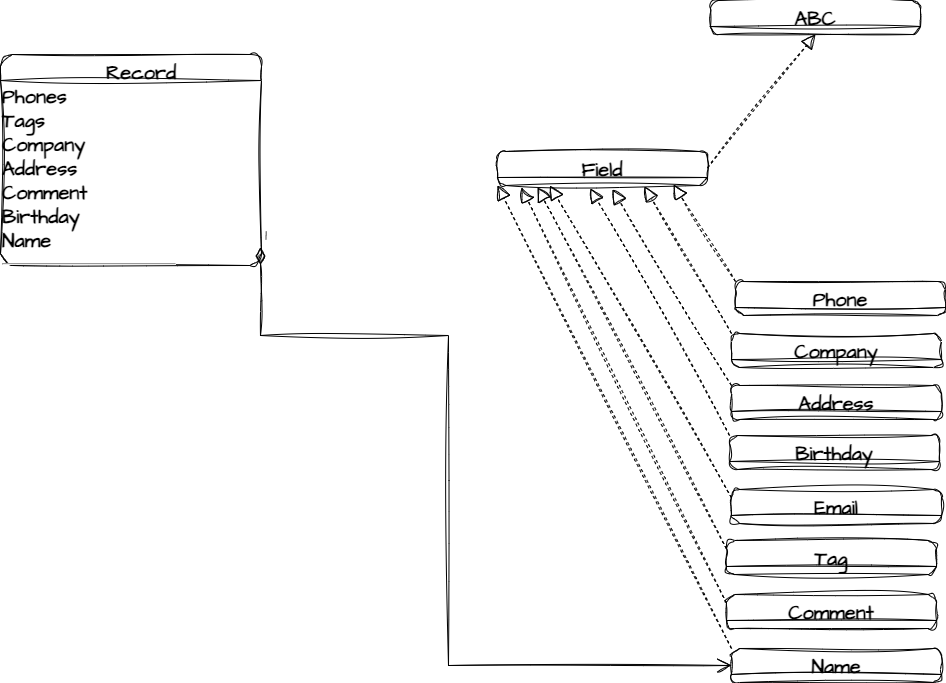
VladSkopenko/drujba-bot keeps this draw.io diagram as for_bot_drujba.drawio.png. Above is the earlier version. Source tidied: cells renumbered, new cells last; positions are measured from the earlier drawing's top-left corner, leaving out a move shared by most shapes. The source it was exported from:
```xml
<mxGraphModel>
  <root>
    <mxCell id="0" />
    <mxCell id="1" parent="0" />
    <mxCell id="2" value="Field" style="swimlane;fontStyle=1;align=center;verticalAlign=top;horizontal=1;startSize=26;whiteSpace=wrap;html=1;sketch=1;hachureGap=4;jiggle=2;curveFitting=1;fontFamily=Architects Daughter;fontSource=https%3A%2F%2Ffonts.googleapis.com%2Fcss%3Ffamily%3DArchitects%2BDaughter;fontSize=20;swimlaneFillColor=none;labelBackgroundColor=none;rounded=1;" parent="1" vertex="1">
      <mxGeometry x="497" y="151" width="210" height="34" as="geometry" />
    </mxCell>
    <mxCell id="3" value="ABC" style="swimlane;fontStyle=1;align=center;verticalAlign=top;horizontal=1;startSize=26;whiteSpace=wrap;html=1;sketch=1;hachureGap=4;jiggle=2;curveFitting=1;fontFamily=Architects Daughter;fontSource=https%3A%2F%2Ffonts.googleapis.com%2Fcss%3Ffamily%3DArchitects%2BDaughter;fontSize=20;swimlaneFillColor=none;labelBackgroundColor=none;rounded=1;" parent="1" vertex="1">
      <mxGeometry x="710" width="210" height="34" as="geometry" />
    </mxCell>
    <mxCell id="4" style="endArrow=block;dashed=1;endFill=0;endSize=12;html=1;rounded=0;sketch=1;hachureGap=4;jiggle=2;curveFitting=1;fontFamily=Architects Daughter;fontSource=https%3A%2F%2Ffonts.googleapis.com%2Fcss%3Ffamily%3DArchitects%2BDaughter;fontSize=16;entryX=0.5;entryY=1;entryDx=0;entryDy=0;" parent="1" edge="1" target="3">
      <mxGeometry relative="1" as="geometry">
        <mxPoint x="707" y="167.5" as="sourcePoint" />
      </mxGeometry>
    </mxCell>
    <mxCell id="5" value="Tag" style="swimlane;fontStyle=1;align=center;verticalAlign=top;horizontal=1;startSize=26;whiteSpace=wrap;html=1;sketch=1;hachureGap=4;jiggle=2;curveFitting=1;fontFamily=Architects Daughter;fontSource=https%3A%2F%2Ffonts.googleapis.com%2Fcss%3Ffamily%3DArchitects%2BDaughter;fontSize=20;swimlaneFillColor=none;labelBackgroundColor=none;rounded=1;" parent="1" vertex="1">
      <mxGeometry x="726" y="540" width="210" height="34" as="geometry" />
    </mxCell>
    <mxCell id="6" value="Company" style="swimlane;fontStyle=1;align=center;verticalAlign=top;horizontal=1;startSize=26;whiteSpace=wrap;html=1;sketch=1;hachureGap=4;jiggle=2;curveFitting=1;fontFamily=Architects Daughter;fontSource=https%3A%2F%2Ffonts.googleapis.com%2Fcss%3Ffamily%3DArchitects%2BDaughter;fontSize=20;swimlaneFillColor=none;labelBackgroundColor=none;rounded=1;" parent="1" vertex="1">
      <mxGeometry x="731" y="333" width="210" height="34" as="geometry" />
    </mxCell>
    <mxCell id="7" value="Phone" style="swimlane;fontStyle=1;align=center;verticalAlign=top;horizontal=1;startSize=26;whiteSpace=wrap;html=1;sketch=1;hachureGap=4;jiggle=2;curveFitting=1;fontFamily=Architects Daughter;fontSource=https%3A%2F%2Ffonts.googleapis.com%2Fcss%3Ffamily%3DArchitects%2BDaughter;fontSize=20;swimlaneFillColor=none;labelBackgroundColor=none;rounded=1;" parent="1" vertex="1">
      <mxGeometry x="735" y="281" width="210" height="34" as="geometry" />
    </mxCell>
    <mxCell id="8" value="Name" style="swimlane;fontStyle=1;align=center;verticalAlign=top;horizontal=1;startSize=26;whiteSpace=wrap;html=1;sketch=1;hachureGap=4;jiggle=2;curveFitting=1;fontFamily=Architects Daughter;fontSource=https%3A%2F%2Ffonts.googleapis.com%2Fcss%3Ffamily%3DArchitects%2BDaughter;fontSize=20;swimlaneFillColor=none;labelBackgroundColor=none;rounded=1;" parent="1" vertex="1">
      <mxGeometry x="731" y="648" width="210" height="34" as="geometry" />
    </mxCell>
    <mxCell id="9" value="Email" style="swimlane;fontStyle=1;align=center;verticalAlign=top;horizontal=1;startSize=26;whiteSpace=wrap;html=1;sketch=1;hachureGap=4;jiggle=2;curveFitting=1;fontFamily=Architects Daughter;fontSource=https%3A%2F%2Ffonts.googleapis.com%2Fcss%3Ffamily%3DArchitects%2BDaughter;fontSize=20;swimlaneFillColor=none;labelBackgroundColor=none;rounded=1;" parent="1" vertex="1">
      <mxGeometry x="731" y="489" width="210" height="34" as="geometry" />
    </mxCell>
    <mxCell id="10" value="Address" style="swimlane;fontStyle=1;align=center;verticalAlign=top;horizontal=1;startSize=26;whiteSpace=wrap;html=1;sketch=1;hachureGap=4;jiggle=2;curveFitting=1;fontFamily=Architects Daughter;fontSource=https%3A%2F%2Ffonts.googleapis.com%2Fcss%3Ffamily%3DArchitects%2BDaughter;fontSize=20;swimlaneFillColor=none;labelBackgroundColor=none;rounded=1;" parent="1" vertex="1">
      <mxGeometry x="731" y="385" width="210" height="34" as="geometry" />
    </mxCell>
    <mxCell id="11" value="Comment" style="swimlane;fontStyle=1;align=center;verticalAlign=top;horizontal=1;startSize=26;whiteSpace=wrap;html=1;sketch=1;hachureGap=4;jiggle=2;curveFitting=1;fontFamily=Architects Daughter;fontSource=https%3A%2F%2Ffonts.googleapis.com%2Fcss%3Ffamily%3DArchitects%2BDaughter;fontSize=20;swimlaneFillColor=none;labelBackgroundColor=none;rounded=1;" parent="1" vertex="1">
      <mxGeometry x="726" y="594" width="210" height="34" as="geometry" />
    </mxCell>
    <mxCell id="12" value="Birthday" style="swimlane;fontStyle=1;align=center;verticalAlign=top;horizontal=1;startSize=26;whiteSpace=wrap;html=1;sketch=1;hachureGap=4;jiggle=2;curveFitting=1;fontFamily=Architects Daughter;fontSource=https%3A%2F%2Ffonts.googleapis.com%2Fcss%3Ffamily%3DArchitects%2BDaughter;fontSize=20;swimlaneFillColor=none;labelBackgroundColor=none;rounded=1;" parent="1" vertex="1">
      <mxGeometry x="729" y="435" width="210" height="34" as="geometry" />
    </mxCell>
    <mxCell id="13" value="&amp;nbsp; &amp;nbsp; &amp;nbsp; &amp;nbsp; &amp;nbsp; &amp;nbsp; &amp;nbsp;Record&lt;br&gt;Phones&lt;br&gt;Tags&lt;br&gt;Company&lt;br&gt;Address&lt;br&gt;Comment&lt;br&gt;Birthday&lt;br&gt;Name&lt;br&gt;&lt;hr&gt;" style="swimlane;fontStyle=1;align=left;verticalAlign=top;horizontal=1;startSize=26;whiteSpace=wrap;html=1;sketch=1;hachureGap=4;jiggle=2;curveFitting=1;fontFamily=Architects Daughter;fontSource=https%3A%2F%2Ffonts.googleapis.com%2Fcss%3Ffamily%3DArchitects%2BDaughter;fontSize=20;swimlaneFillColor=none;labelBackgroundColor=none;rounded=1;" parent="1" vertex="1">
      <mxGeometry y="54" width="261" height="211" as="geometry" />
    </mxCell>
    <mxCell id="14" style="endArrow=block;dashed=1;endFill=0;endSize=12;html=1;rounded=0;sketch=1;hachureGap=4;jiggle=2;curveFitting=1;fontFamily=Architects Daughter;fontSource=https%3A%2F%2Ffonts.googleapis.com%2Fcss%3Ffamily%3DArchitects%2BDaughter;fontSize=16;exitX=0;exitY=0;exitDx=0;exitDy=0;" parent="1" edge="1" source="7">
      <mxGeometry relative="1" as="geometry">
        <mxPoint x="673" y="184" as="targetPoint" />
      </mxGeometry>
    </mxCell>
    <mxCell id="15" style="endArrow=block;dashed=1;endFill=0;endSize=12;html=1;rounded=0;sketch=1;hachureGap=4;jiggle=2;curveFitting=1;fontFamily=Architects Daughter;fontSource=https%3A%2F%2Ffonts.googleapis.com%2Fcss%3Ffamily%3DArchitects%2BDaughter;fontSize=16;exitX=0;exitY=0;exitDx=0;exitDy=0;" parent="1" edge="1" source="6">
      <mxGeometry relative="1" as="geometry">
        <mxPoint x="644" y="186" as="targetPoint" />
      </mxGeometry>
    </mxCell>
    <mxCell id="16" style="endArrow=block;dashed=1;endFill=0;endSize=12;html=1;rounded=0;sketch=1;hachureGap=4;jiggle=2;curveFitting=1;fontFamily=Architects Daughter;fontSource=https%3A%2F%2Ffonts.googleapis.com%2Fcss%3Ffamily%3DArchitects%2BDaughter;fontSize=16;exitX=0;exitY=0;exitDx=0;exitDy=0;" parent="1" edge="1" source="10">
      <mxGeometry relative="1" as="geometry">
        <mxPoint x="612" y="189" as="targetPoint" />
      </mxGeometry>
    </mxCell>
    <mxCell id="17" style="endArrow=block;dashed=1;endFill=0;endSize=12;html=1;rounded=0;sketch=1;hachureGap=4;jiggle=2;curveFitting=1;fontFamily=Architects Daughter;fontSource=https%3A%2F%2Ffonts.googleapis.com%2Fcss%3Ffamily%3DArchitects%2BDaughter;fontSize=16;exitX=0;exitY=0;exitDx=0;exitDy=0;" parent="1" edge="1" source="12">
      <mxGeometry relative="1" as="geometry">
        <mxPoint x="590" y="188" as="targetPoint" />
      </mxGeometry>
    </mxCell>
    <mxCell id="18" style="endArrow=block;dashed=1;endFill=0;endSize=12;html=1;rounded=0;sketch=1;hachureGap=4;jiggle=2;curveFitting=1;fontFamily=Architects Daughter;fontSource=https%3A%2F%2Ffonts.googleapis.com%2Fcss%3Ffamily%3DArchitects%2BDaughter;fontSize=16;exitX=0;exitY=0.25;exitDx=0;exitDy=0;entryX=0.25;entryY=1;entryDx=0;entryDy=0;" parent="1" edge="1" source="9" target="2">
      <mxGeometry relative="1" as="geometry" />
    </mxCell>
    <mxCell id="19" style="endArrow=block;dashed=1;endFill=0;endSize=12;html=1;rounded=0;sketch=1;hachureGap=4;jiggle=2;curveFitting=1;fontFamily=Architects Daughter;fontSource=https%3A%2F%2Ffonts.googleapis.com%2Fcss%3Ffamily%3DArchitects%2BDaughter;fontSize=16;exitX=0;exitY=0.25;exitDx=0;exitDy=0;" parent="1" edge="1" source="5">
      <mxGeometry relative="1" as="geometry">
        <mxPoint x="537" y="187" as="targetPoint" />
      </mxGeometry>
    </mxCell>
    <mxCell id="20" style="endArrow=block;dashed=1;endFill=0;endSize=12;html=1;rounded=0;sketch=1;hachureGap=4;jiggle=2;curveFitting=1;fontFamily=Architects Daughter;fontSource=https%3A%2F%2Ffonts.googleapis.com%2Fcss%3Ffamily%3DArchitects%2BDaughter;fontSize=16;exitX=0;exitY=0.25;exitDx=0;exitDy=0;" parent="1" edge="1" source="11">
      <mxGeometry relative="1" as="geometry">
        <mxPoint x="521" y="187" as="targetPoint" />
      </mxGeometry>
    </mxCell>
    <mxCell id="21" style="endArrow=block;dashed=1;endFill=0;endSize=12;html=1;rounded=0;sketch=1;hachureGap=4;jiggle=2;curveFitting=1;fontFamily=Architects Daughter;fontSource=https%3A%2F%2Ffonts.googleapis.com%2Fcss%3Ffamily%3DArchitects%2BDaughter;fontSize=16;exitX=0;exitY=0;exitDx=0;exitDy=0;entryX=0;entryY=1;entryDx=0;entryDy=0;" parent="1" edge="1" source="8" target="2">
      <mxGeometry relative="1" as="geometry" />
    </mxCell>
    <mxCell id="22" value="1" style="endArrow=open;html=1;endSize=12;startArrow=diamondThin;startSize=14;startFill=1;edgeStyle=orthogonalEdgeStyle;align=left;verticalAlign=bottom;rounded=0;sketch=1;hachureGap=4;jiggle=2;curveFitting=1;fontFamily=Architects Daughter;fontSource=https%3A%2F%2Ffonts.googleapis.com%2Fcss%3Ffamily%3DArchitects%2BDaughter;fontSize=16;entryX=0;entryY=0.5;entryDx=0;entryDy=0;" parent="1" edge="1" target="8">
      <mxGeometry x="-1" y="3" relative="1" as="geometry">
        <mxPoint x="260" y="247" as="sourcePoint" />
        <Array as="points">
          <mxPoint x="260" y="335" />
          <mxPoint x="448" y="335" />
          <mxPoint x="448" y="665" />
        </Array>
      </mxGeometry>
    </mxCell>
  </root>
</mxGraphModel>
```
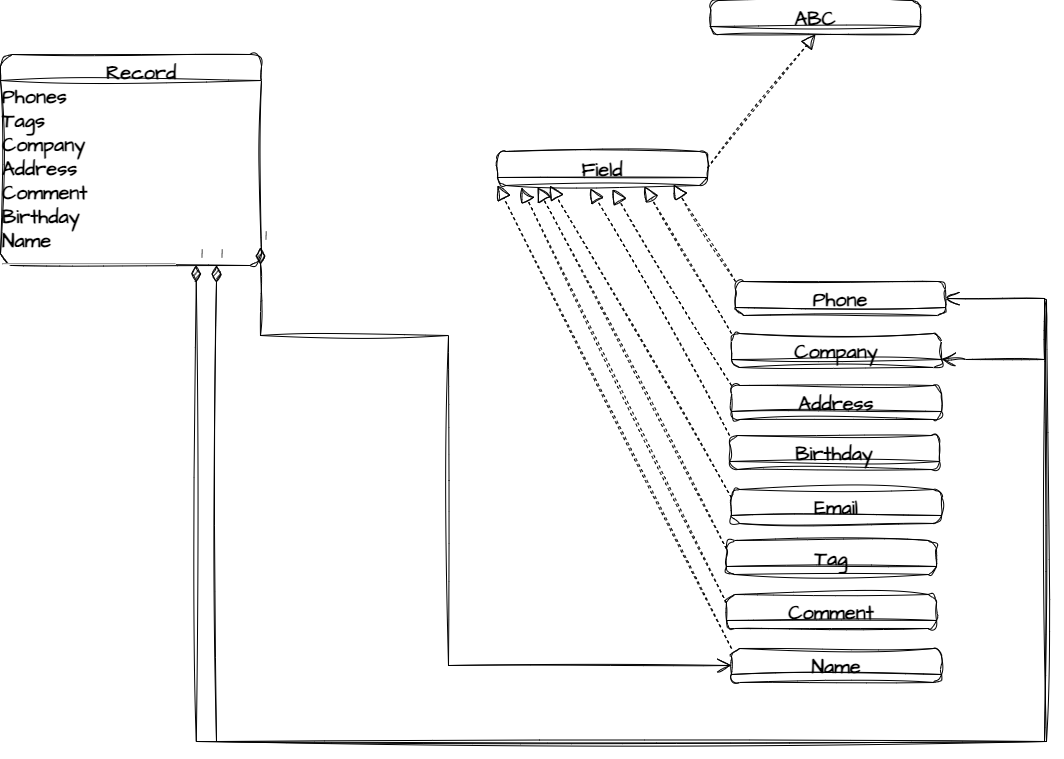
After the change.

Change to the diagram source:
```diff
@@ -86,5 +86,27 @@
         </Array>
       </mxGeometry>
     </mxCell>
+    <mxCell id="23" value="1" style="endArrow=open;html=1;endSize=12;startArrow=diamondThin;startSize=14;startFill=1;edgeStyle=orthogonalEdgeStyle;align=left;verticalAlign=bottom;rounded=0;sketch=1;hachureGap=4;jiggle=2;curveFitting=1;fontFamily=Architects Daughter;fontSource=https%3A%2F%2Ffonts.googleapis.com%2Fcss%3Ffamily%3DArchitects%2BDaughter;fontSize=16;exitX=0.75;exitY=1;exitDx=0;exitDy=0;entryX=1;entryY=0.5;entryDx=0;entryDy=0;" parent="1" edge="1" source="13" target="7">
+      <mxGeometry x="-1" y="3" relative="1" as="geometry">
+        <Array as="points">
+          <mxPoint x="196" y="741" />
+          <mxPoint x="1044" y="741" />
+          <mxPoint x="1044" y="298" />
+        </Array>
+      </mxGeometry>
+    </mxCell>
+    <mxCell id="24" value="1" style="endArrow=open;html=1;endSize=12;startArrow=diamondThin;startSize=14;startFill=1;edgeStyle=orthogonalEdgeStyle;align=left;verticalAlign=bottom;rounded=0;sketch=1;hachureGap=4;jiggle=2;curveFitting=1;fontFamily=Architects Daughter;fontSource=https%3A%2F%2Ffonts.googleapis.com%2Fcss%3Ffamily%3DArchitects%2BDaughter;fontSize=16;exitX=0.75;exitY=1;exitDx=0;exitDy=0;entryX=1;entryY=0.75;entryDx=0;entryDy=0;" parent="1" edge="1" target="6">
+      <mxGeometry x="-1" y="3" relative="1" as="geometry">
+        <mxPoint x="216" y="265" as="sourcePoint" />
+        <Array as="points">
+          <mxPoint x="216" y="741" />
+          <mxPoint x="1046" y="741" />
+          <mxPoint x="1046" y="299" />
+          <mxPoint x="1044" y="299" />
+          <mxPoint x="1044" y="359" />
+          <mxPoint x="965" y="359" />
+        </Array>
+      </mxGeometry>
+    </mxCell>
   </root>
 </mxGraphModel>
```
